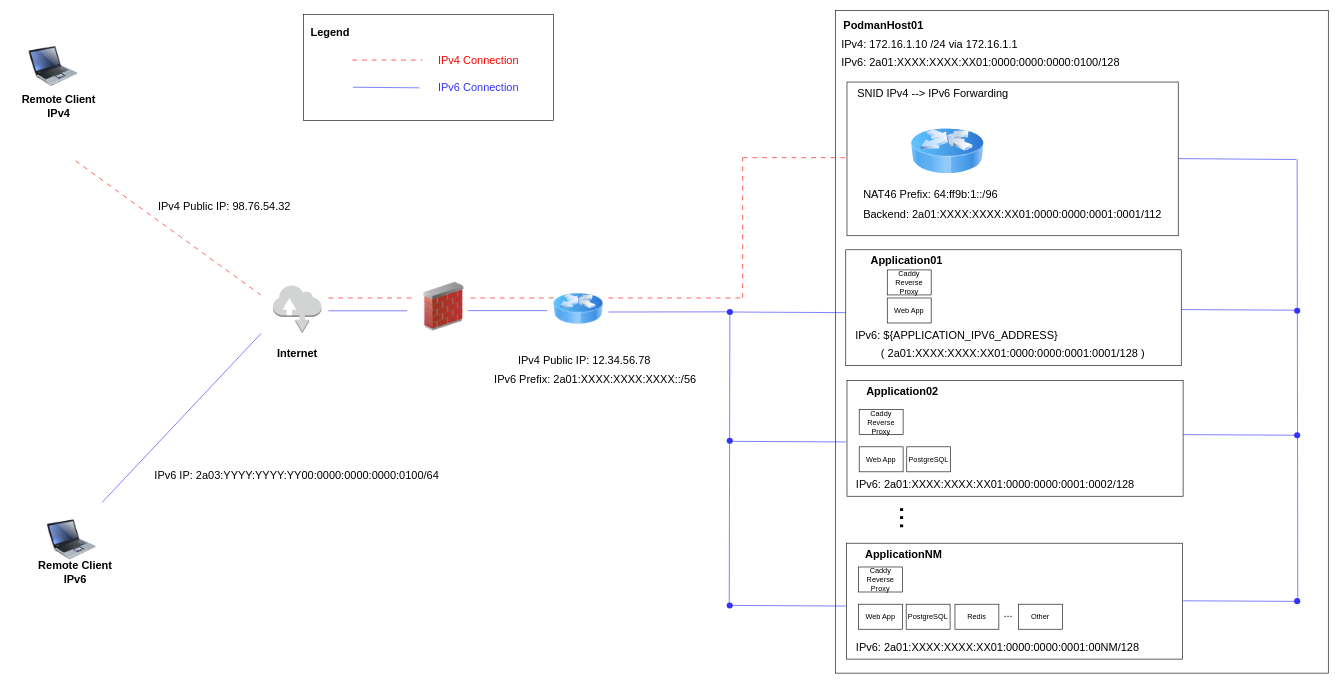
The draw.io diagram page "Overview" (1 of 2) of docs/tutorials/podman_pasta_ipv6_with_snid_ipv4.drawio in containers/podman, before the edit. Source tidied: cells renumbered, new cells numbered last; positions are measured from the earlier drawing's top-left corner, leaving out a move shared by most shapes. Both pictures are drawn from the tidied source at 61%, with x=0, y=0 at pixel (10, 10).
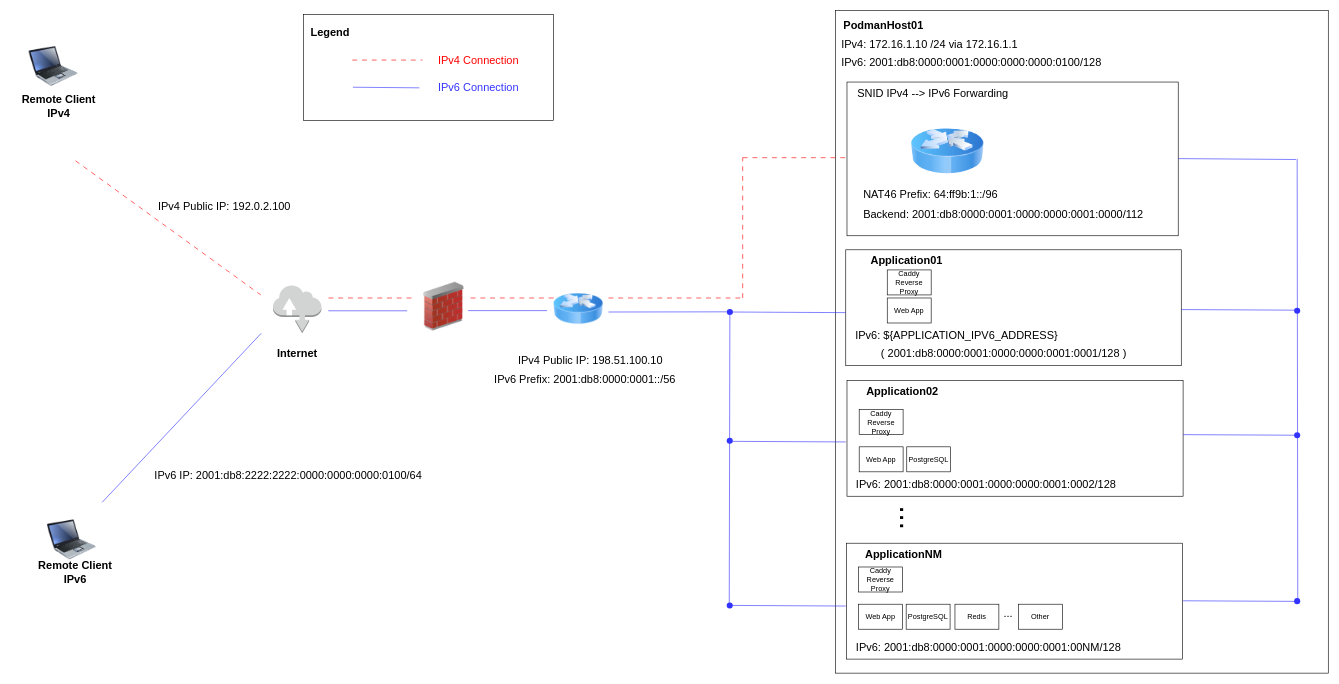
Above is the later version.

Commit message (it also covers changes not shown here):
Updating Network Diagram and Document to use IP Addresses for Documentation Purposes (rfc3849 / rfc5737)

The edit, as a diff of the source:
```diff
@@
-    <mxCell id="20" value="IPv4 Public IP: 12.34.56.78" style="text;html=1;align=left;verticalAlign=middle;whiteSpace=wrap;rounded=0;fontSize=18;fontStyle=0;" parent="1" vertex="1">
-      <mxGeometry x="830" y="557" width="230" height="32" as="geometry" />
+    <mxCell id="20" value="IPv4 Public IP: 198.51.100.10" style="text;html=1;align=left;verticalAlign=middle;whiteSpace=wrap;rounded=0;fontSize=18;fontStyle=0;" parent="1" vertex="1">
+      <mxGeometry x="830" y="557" width="260" height="32" as="geometry" />
     </mxCell>
@@
-    <mxCell id="24" value="IPv6: 2a01:XXXX:XXXX:XX01:0000:0000:0000:0100/128" style="text;html=1;align=left;verticalAlign=middle;whiteSpace=wrap;rounded=0;fontSize=18;fontStyle=0;" parent="1" vertex="1">
+    <mxCell id="24" value="IPv6: 2001:db8:0000:0001:0000:0000:0000:0100/128" style="text;html=1;align=left;verticalAlign=middle;whiteSpace=wrap;rounded=0;fontSize=18;fontStyle=0;" parent="1" vertex="1">
       <mxGeometry x="1360" y="69" width="473" height="32" as="geometry" />
     </mxCell>
@@
-    <mxCell id="26" value="IPv6 Prefix: 2a01:XXXX:XXXX:XXXX::/56" style="text;html=1;align=left;verticalAlign=middle;whiteSpace=wrap;rounded=0;fontSize=18;fontStyle=0;" parent="1" vertex="1">
+    <mxCell id="26" value="IPv6 Prefix: 2001:db8:0000:0001::/56" style="text;html=1;align=left;verticalAlign=middle;whiteSpace=wrap;rounded=0;fontSize=18;fontStyle=0;" parent="1" vertex="1">
       <mxGeometry x="790.8" y="589" width="383" height="32" as="geometry" />
     </mxCell>
-    <mxCell id="27" value="&amp;nbsp;( 2a01:XXXX:XXXX:XX01:0000:0000:0001:0001/128 )" style="text;html=1;align=left;verticalAlign=middle;whiteSpace=wrap;rounded=0;fontSize=18;fontStyle=0;" parent="1" vertex="1">
+    <mxCell id="27" value="&amp;nbsp;( 2001:db8:0000:0001:0000:0000:0001:0001/128 )" style="text;html=1;align=left;verticalAlign=middle;whiteSpace=wrap;rounded=0;fontSize=18;fontStyle=0;" parent="1" vertex="1">
       <mxGeometry x="1420" y="546" width="473" height="32" as="geometry" />
     </mxCell>
@@
-    <mxCell id="29" value="IPv6: 2a01:XXXX:XXXX:XX01:0000:0000:0001:0002/128" style="text;html=1;align=left;verticalAlign=middle;whiteSpace=wrap;rounded=0;fontSize=18;fontStyle=0;" parent="1" vertex="1">
+    <mxCell id="29" value="IPv6: 2001:db8:0000:0001:0000:0000:0001:0002/128" style="text;html=1;align=left;verticalAlign=middle;whiteSpace=wrap;rounded=0;fontSize=18;fontStyle=0;" parent="1" vertex="1">
       <mxGeometry x="1384" y="761" width="473" height="32" as="geometry" />
     </mxCell>
-    <mxCell id="30" value="IPv6: 2a01:XXXX:XXXX:XX01:0000:0000:0001:00NM/128" style="text;html=1;align=left;verticalAlign=middle;whiteSpace=wrap;rounded=0;fontSize=18;fontStyle=0;" parent="1" vertex="1">
+    <mxCell id="30" value="IPv6: 2001:db8:0000:0001:0000:0000:0001:00NM/128" style="text;html=1;align=left;verticalAlign=middle;whiteSpace=wrap;rounded=0;fontSize=18;fontStyle=0;" parent="1" vertex="1">
       <mxGeometry x="1384" y="1028" width="473" height="32" as="geometry" />
     </mxCell>
@@
-    <mxCell id="38" value="Backend:&amp;nbsp;2a01:XXXX:XXXX:XX01:0000:0000:0001:0001/112" style="text;html=1;align=left;verticalAlign=middle;whiteSpace=wrap;rounded=0;fontSize=18;fontStyle=0;" parent="1" vertex="1">
-      <mxGeometry x="1396" y="318" width="232" height="32" as="geometry" />
+    <mxCell id="38" value="Backend: 2001:db8:0000:0001:0000:0000:0001:0000/112" style="text;html=1;align=left;verticalAlign=middle;whiteSpace=wrap;rounded=0;fontSize=18;fontStyle=0;" parent="1" vertex="1">
+      <mxGeometry x="1396" y="318" width="504" height="32" as="geometry" />
     </mxCell>
@@
-    <mxCell id="61" value="IPv4 Public IP: 98.76.54.32" style="text;html=1;align=left;verticalAlign=middle;whiteSpace=wrap;rounded=0;fontSize=18;fontStyle=0;" parent="1" vertex="1">
+    <mxCell id="61" value="IPv4 Public IP: 192.0.2.100" style="text;html=1;align=left;verticalAlign=middle;whiteSpace=wrap;rounded=0;fontSize=18;fontStyle=0;" parent="1" vertex="1">
       <mxGeometry x="240" y="306" width="383" height="32" as="geometry" />
     </mxCell>
-    <mxCell id="62" value="IPv6 IP: 2a03:YYYY:YYYY:YY00:0000:0000:0000:0100/64" style="text;html=1;align=left;verticalAlign=middle;whiteSpace=wrap;rounded=0;fontSize=18;fontStyle=0;" parent="1" vertex="1">
+    <mxCell id="62" value="IPv6 IP: 2001:db8:2222:2222:0000:0000:0000:0100/64" style="text;html=1;align=left;verticalAlign=middle;whiteSpace=wrap;rounded=0;fontSize=18;fontStyle=0;" parent="1" vertex="1">
       <mxGeometry x="234" y="747" width="594" height="32" as="geometry" />
     </mxCell>
```
